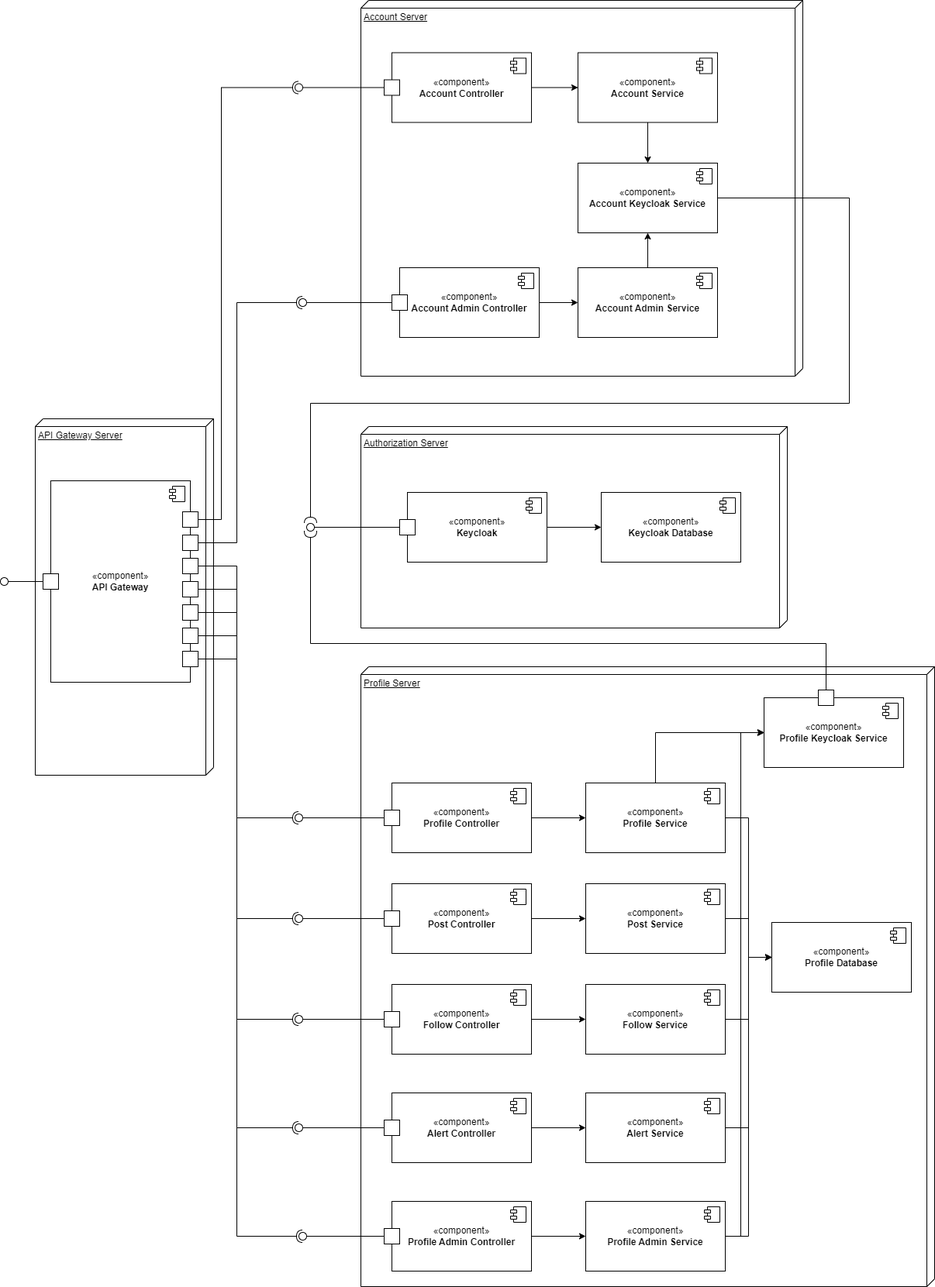
Before: docs/component.png, a diagram exported from draw.io (sergiostefanizzi/socialMicroservicesDocs). Source tidied: cells renumbered, new cells last; positions are measured from the earlier drawing's top-left corner, leaving out a move shared by most shapes.
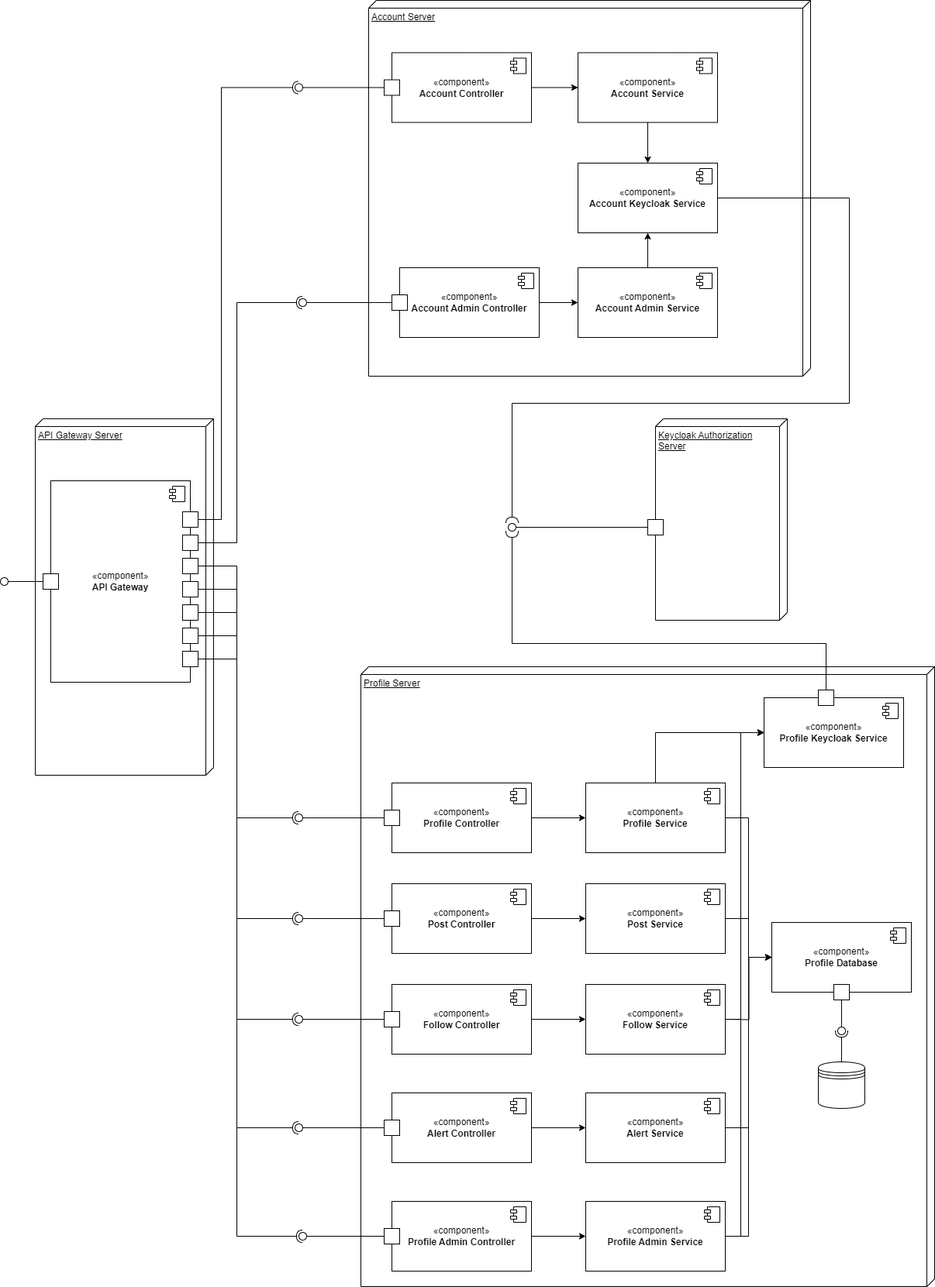
The same diagram one commit later.

Change to the diagram source:
```diff
@@ -17,7 +17,7 @@
       <mxGeometry x="55" y="740" width="20" height="20" as="geometry" />
     </mxCell>
     <mxCell id="6" value="Account Server" style="verticalAlign=top;align=left;spacingTop=8;spacingLeft=2;spacingRight=12;shape=cube;size=10;direction=south;fontStyle=4;html=1;whiteSpace=wrap;" parent="1" vertex="1">
-      <mxGeometry x="465" width="570" height="485" as="geometry" />
+      <mxGeometry x="475" width="570" height="485" as="geometry" />
     </mxCell>
     <mxCell id="7" style="edgeStyle=orthogonalEdgeStyle;rounded=0;jettySize=auto;html=1;" parent="1" edge="1" source="8" target="11">
       <mxGeometry relative="1" as="geometry" />
@@ -77,31 +77,6 @@
     <mxCell id="22" style="rounded=0;whiteSpace=wrap;html=1;" parent="1" vertex="1">
       <mxGeometry x="505" y="380" width="20" height="20" as="geometry" />
     </mxCell>
-    <mxCell id="23" value="Authorization Server" style="verticalAlign=top;align=left;spacingTop=8;spacingLeft=2;spacingRight=12;shape=cube;size=10;direction=south;fontStyle=4;html=1;whiteSpace=wrap;" parent="1" vertex="1">
-      <mxGeometry x="465" y="550" width="550" height="260" as="geometry" />
-    </mxCell>
-    <mxCell id="24" style="edgeStyle=orthogonalEdgeStyle;rounded=0;jettySize=auto;html=1;exitX=1;exitY=0.5;exitDx=0;exitDy=0;entryX=0;entryY=0.5;entryDx=0;entryDy=0;" parent="1" edge="1" source="25" target="27">
-      <mxGeometry relative="1" as="geometry" />
-    </mxCell>
-    <mxCell id="25" value="«component»&lt;br&gt;&lt;b&gt;Keycloak&lt;/b&gt;" style="html=1;whiteSpace=wrap;" parent="1" vertex="1">
-      <mxGeometry x="525" y="635" width="180" height="90" as="geometry" />
-    </mxCell>
-    <mxCell id="26" style="shape=module;jettyWidth=8;jettyHeight=4;" parent="25" vertex="1">
-      <mxGeometry x="1" width="20" height="20" relative="1" as="geometry">
-        <mxPoint x="-27" y="7" as="offset" />
-      </mxGeometry>
-    </mxCell>
-    <mxCell id="27" value="«component»&lt;br&gt;&lt;b&gt;Keycloak Database&lt;/b&gt;" style="html=1;whiteSpace=wrap;" parent="1" vertex="1">
-      <mxGeometry x="775" y="635" width="180" height="90" as="geometry" />
-    </mxCell>
-    <mxCell id="28" style="shape=module;jettyWidth=8;jettyHeight=4;" parent="27" vertex="1">
-      <mxGeometry x="1" width="20" height="20" relative="1" as="geometry">
-        <mxPoint x="-27" y="7" as="offset" />
-      </mxGeometry>
-    </mxCell>
-    <mxCell id="29" style="rounded=0;whiteSpace=wrap;html=1;" parent="1" vertex="1">
-      <mxGeometry x="515" y="670" width="20" height="20" as="geometry" />
-    </mxCell>
     <mxCell id="30" style="rounded=0;jettySize=auto;html=1;endArrow=none;endFill=0;sketch=0;sourcePerimeterSpacing=0;targetPerimeterSpacing=0;exitX=0;exitY=0.5;exitDx=0;exitDy=0;" parent="1" edge="1" source="29" target="32">
       <mxGeometry relative="1" as="geometry" />
     </mxCell>
@@ -110,16 +85,16 @@
         <Array as="points">
           <mxPoint x="1095" y="255" />
           <mxPoint x="1095" y="520" />
-          <mxPoint x="400" y="520" />
+          <mxPoint x="660" y="520" />
         </Array>
       </mxGeometry>
     </mxCell>
     <mxCell id="32" style="ellipse;whiteSpace=wrap;html=1;align=center;points=[];outlineConnect=0;sketch=0;" parent="1" vertex="1">
-      <mxGeometry x="395" y="675" width="10" height="10" as="geometry" />
+      <mxGeometry x="655" y="675" width="10" height="10" as="geometry" />
     </mxCell>
-    <mxCell id="33" style="rounded=0;jettySize=auto;html=1;endArrow=none;endFill=0;sketch=0;sourcePerimeterSpacing=0;targetPerimeterSpacing=0;exitX=0;exitY=0.5;exitDx=0;exitDy=0;" parent="1" edge="1" source="29">
+    <mxCell id="33" style="rounded=0;jettySize=auto;html=1;endArrow=none;endFill=0;sketch=0;sourcePerimeterSpacing=0;targetPerimeterSpacing=0;" parent="1" edge="1" source="29">
       <mxGeometry relative="1" as="geometry">
-        <mxPoint x="415" y="680" as="targetPoint" />
+        <mxPoint x="675" y="680" as="targetPoint" />
       </mxGeometry>
     </mxCell>
     <mxCell id="34" value="Profile Server" style="verticalAlign=top;align=left;spacingTop=8;spacingLeft=2;spacingRight=12;shape=cube;size=10;direction=south;fontStyle=4;html=1;whiteSpace=wrap;" parent="1" vertex="1">
@@ -292,7 +267,7 @@
       <mxGeometry relative="1" as="geometry">
         <Array as="points">
           <mxPoint x="1065" y="830" />
-          <mxPoint x="400" y="830" />
+          <mxPoint x="660" y="830" />
         </Array>
       </mxGeometry>
     </mxCell>
@@ -446,5 +421,29 @@
     <mxCell id="111" style="ellipse;whiteSpace=wrap;html=1;align=center;points=[];outlineConnect=0;sketch=0;" parent="1" vertex="1">
       <mxGeometry y="745" width="10" height="10" as="geometry" />
     </mxCell>
+    <mxCell id="112" style="group;" parent="1" vertex="1">
+      <mxGeometry x="835" y="540" width="180" height="260" as="geometry" />
+    </mxCell>
+    <mxCell id="23" value="Keycloak Authorization Server" style="verticalAlign=top;align=left;spacingTop=8;spacingLeft=2;spacingRight=12;shape=cube;size=10;direction=south;fontStyle=4;html=1;whiteSpace=wrap;" parent="112" vertex="1">
+      <mxGeometry x="10" width="170" height="260" as="geometry" />
+    </mxCell>
+    <mxCell id="29" style="rounded=0;whiteSpace=wrap;html=1;" parent="112" vertex="1">
+      <mxGeometry y="130" width="20" height="20" as="geometry" />
+    </mxCell>
+    <mxCell id="113" style="shape=datastore;whiteSpace=wrap;html=1;" parent="1" vertex="1">
+      <mxGeometry x="1055" y="1370" width="60" height="60" as="geometry" />
+    </mxCell>
+    <mxCell id="114" style="rounded=0;whiteSpace=wrap;html=1;" parent="1" vertex="1">
+      <mxGeometry x="1075" y="1270" width="20" height="20" as="geometry" />
+    </mxCell>
+    <mxCell id="115" style="rounded=0;jettySize=auto;html=1;endArrow=halfCircle;endFill=0;endSize=6;strokeWidth=1;sketch=0;" parent="1" edge="1" source="113" target="117">
+      <mxGeometry relative="1" as="geometry" />
+    </mxCell>
+    <mxCell id="116" style="rounded=0;jettySize=auto;html=1;endArrow=oval;endFill=0;sketch=0;sourcePerimeterSpacing=0;targetPerimeterSpacing=0;endSize=10;exitX=0.5;exitY=1;exitDx=0;exitDy=0;" parent="1" edge="1" source="114" target="117">
+      <mxGeometry relative="1" as="geometry" />
+    </mxCell>
+    <mxCell id="117" style="ellipse;whiteSpace=wrap;html=1;align=center;fillColor=none;strokeColor=none;perimeter=centerPerimeter;points=[];outlineConnect=1;" parent="1" vertex="1">
+      <mxGeometry x="1080" y="1325" width="10" height="10" as="geometry" />
+    </mxCell>
   </root>
 </mxGraphModel>
```
